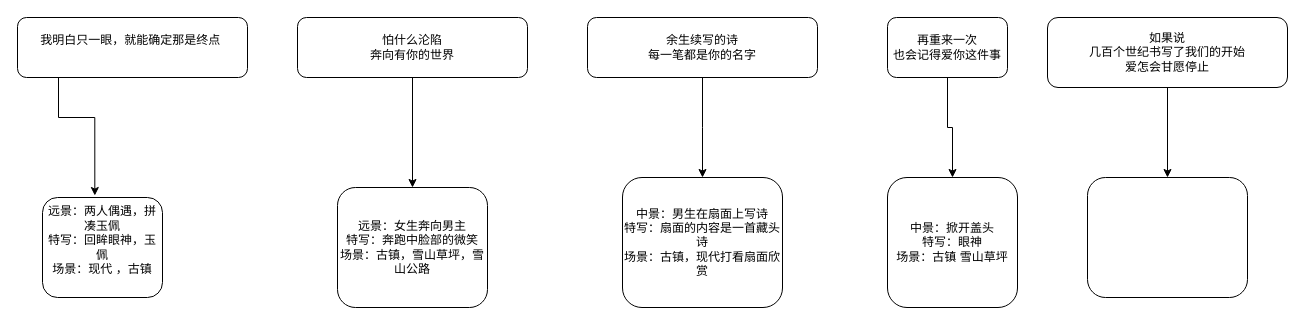
Earlier version of the draw.io diagram Film.drawio (onlyonedaniel/wiki). Source tidied: cells renumbered, new cells numbered last; positions are measured from the earlier drawing's top-left corner, leaving out a move shared by most shapes. Both pictures are drawn from the tidied source at 100%, with x=0, y=0 at pixel (17, 17).
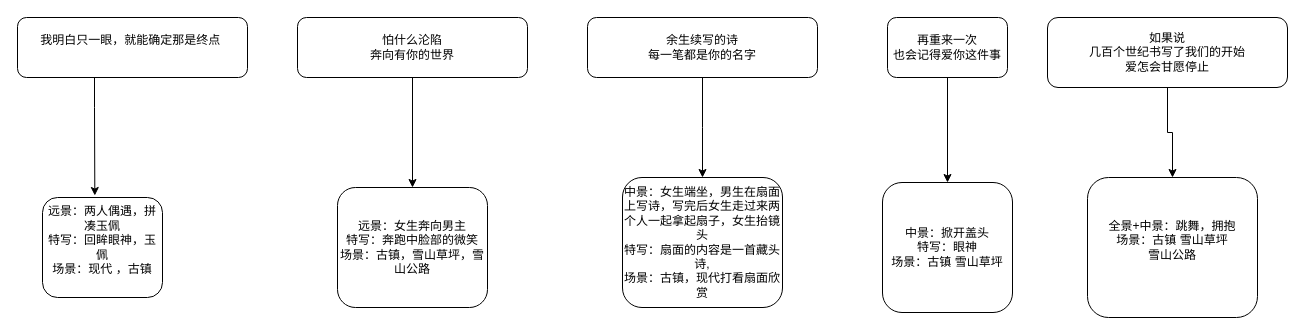
Above is the later version.

Diff of the diagram source:
```diff
@@
 <mxGraphModel>
   <root>
     <mxCell id="0" />
     <mxCell id="1" parent="0" />
     <mxCell id="2" style="edgeStyle=orthogonalEdgeStyle;rounded=0;jettySize=auto;html=1;entryX=0.436;entryY=-0.02;entryDx=0;entryDy=0;entryPerimeter=0;" parent="1" edge="1" source="3" target="4">
       <mxGeometry relative="1" as="geometry">
         <Array as="points">
-          <mxPoint x="41" y="100" />
-          <mxPoint x="77" y="100" />
+          <mxPoint x="77" y="90" />
+          <mxPoint x="77" y="90" />
         </Array>
       </mxGeometry>
     </mxCell>
     <mxCell id="3" value="我明白只一眼，就能确定那是终点&amp;nbsp;&lt;div&gt;&lt;br/&gt;&lt;/div&gt;" style="rounded=1;whiteSpace=wrap;html=1;" parent="1" vertex="1">
       <mxGeometry width="230" height="60" as="geometry" />
     </mxCell>
     <mxCell id="4" value="远景：两人偶遇，拼凑玉佩&lt;div&gt;特写：回眸眼神，玉佩&lt;/div&gt;&lt;div&gt;场景：现代 ，古镇&lt;/div&gt;&lt;div&gt;&lt;br&gt;&lt;/div&gt;" style="rounded=1;whiteSpace=wrap;html=1;" parent="1" vertex="1">
       <mxGeometry x="25" y="180" width="120" height="100" as="geometry" />
     </mxCell>
     <mxCell id="5" style="edgeStyle=orthogonalEdgeStyle;rounded=0;jettySize=auto;html=1;" parent="1" edge="1" source="6" target="13">
       <mxGeometry relative="1" as="geometry" />
     </mxCell>
     <mxCell id="6" value="&lt;div&gt;怕什么沦陷&lt;br/&gt;奔向有你的世界&lt;/div&gt;" style="rounded=1;whiteSpace=wrap;html=1;" parent="1" vertex="1">
       <mxGeometry x="280" width="230" height="60" as="geometry" />
     </mxCell>
     <mxCell id="7" style="edgeStyle=orthogonalEdgeStyle;rounded=0;jettySize=auto;html=1;" parent="1" edge="1" source="8">
       <mxGeometry relative="1" as="geometry">
         <mxPoint x="685" y="160" as="targetPoint" />
       </mxGeometry>
     </mxCell>
     <mxCell id="8" value="余生续写的诗&lt;br/&gt;每一笔都是你的名字" style="rounded=1;whiteSpace=wrap;html=1;" parent="1" vertex="1">
       <mxGeometry x="570" width="230" height="60" as="geometry" />
     </mxCell>
     <mxCell id="9" style="edgeStyle=orthogonalEdgeStyle;rounded=0;jettySize=auto;html=1;" parent="1" edge="1" source="10" target="15">
       <mxGeometry relative="1" as="geometry" />
     </mxCell>
     <mxCell id="10" value="再重来一次&lt;br/&gt;也会记得爱你这件事" style="whiteSpace=wrap;html=1;rounded=1;" parent="1" vertex="1">
       <mxGeometry x="870" width="120" height="60" as="geometry" />
     </mxCell>
     <mxCell id="11" style="edgeStyle=orthogonalEdgeStyle;rounded=0;jettySize=auto;html=1;" parent="1" edge="1" source="12" target="16">
       <mxGeometry relative="1" as="geometry" />
     </mxCell>
     <mxCell id="12" value="如果说&lt;br/&gt;几百个世纪书写了我们的开始&lt;br/&gt;爱怎会甘愿停止" style="whiteSpace=wrap;html=1;rounded=1;" parent="1" vertex="1">
       <mxGeometry x="1030" width="240" height="70" as="geometry" />
     </mxCell>
     <mxCell id="13" value="远景：女生奔向男主&lt;div&gt;特写：奔跑中脸部的微笑&lt;/div&gt;&lt;div&gt;场景：古镇，雪山草坪，雪山公路&lt;/div&gt;" style="whiteSpace=wrap;html=1;rounded=1;" parent="1" vertex="1">
       <mxGeometry x="320" y="170" width="150" height="120" as="geometry" />
     </mxCell>
-    <mxCell id="14" value="&lt;div&gt;中景：&lt;span style=&quot;background-color: initial;&quot;&gt;男生在扇面上写诗&lt;/span&gt;&lt;/div&gt;&lt;div&gt;特写：扇面的内容是一首藏头诗&lt;/div&gt;&lt;div&gt;场景：古镇，现代打看扇面欣赏&lt;/div&gt;" style="whiteSpace=wrap;html=1;rounded=1;" parent="1" vertex="1">
+    <mxCell id="14" value="&lt;div&gt;中景：女生端坐，&lt;span style=&quot;background-color: initial;&quot;&gt;男生在扇面上写诗，写完后女生走过来两个人一起拿起扇子，女生抬镜头&lt;/span&gt;&lt;/div&gt;&lt;div&gt;特写：扇面的内容是一首藏头诗,&lt;/div&gt;&lt;div&gt;场景：古镇，现代打看扇面欣赏&lt;/div&gt;" style="whiteSpace=wrap;html=1;rounded=1;" parent="1" vertex="1">
       <mxGeometry x="605" y="160" width="160" height="130" as="geometry" />
     </mxCell>
     <mxCell id="15" value="中景：掀开盖头&lt;div&gt;特写：眼神&lt;/div&gt;&lt;div&gt;场景：古镇 雪山草坪&lt;/div&gt;" style="whiteSpace=wrap;html=1;rounded=1;" parent="1" vertex="1">
-      <mxGeometry x="870" y="160" width="130" height="130" as="geometry" />
+      <mxGeometry x="865" y="165" width="130" height="130" as="geometry" />
     </mxCell>
-    <mxCell id="16" style="whiteSpace=wrap;html=1;rounded=1;" parent="1" vertex="1">
-      <mxGeometry x="1070" y="160" width="160" height="120" as="geometry" />
+    <mxCell id="16" value="全景+中景：跳舞，拥抱&lt;div&gt;场景：古镇 雪山草坪&lt;/div&gt;&lt;div&gt;雪山公路&lt;/div&gt;&lt;div&gt;&lt;br&gt;&lt;/div&gt;" style="whiteSpace=wrap;html=1;rounded=1;" parent="1" vertex="1">
+      <mxGeometry x="1070" y="160" width="170" height="140" as="geometry" />
     </mxCell>
   </root>
 </mxGraphModel>
```
